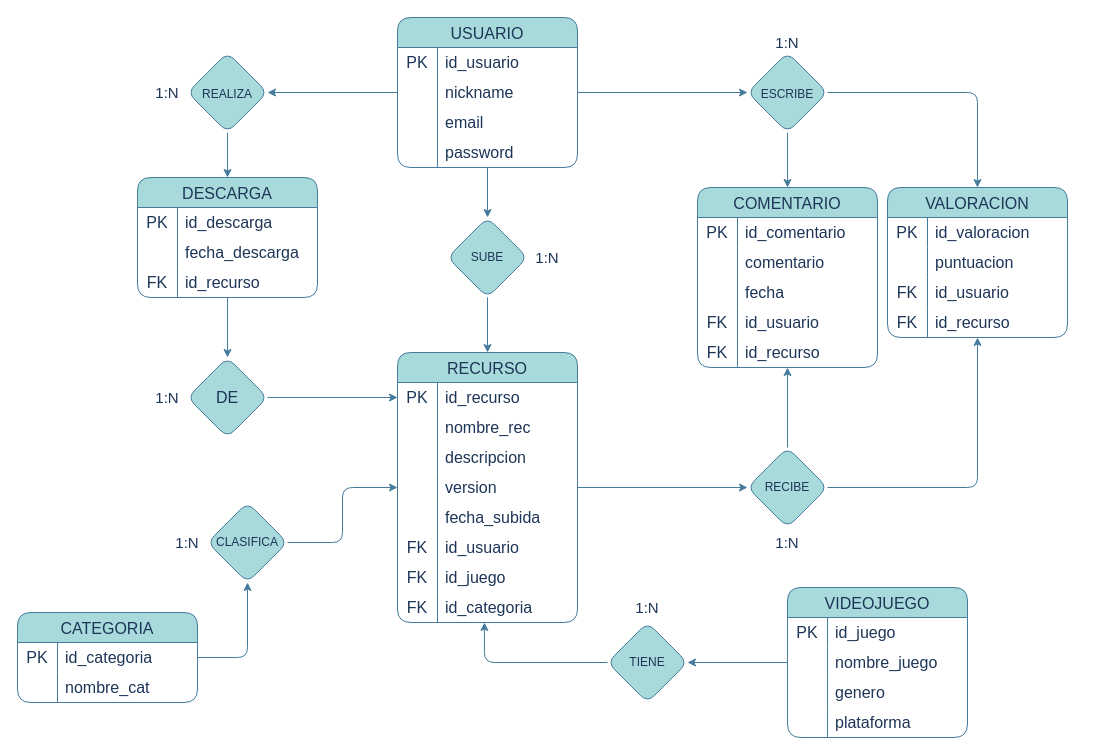
This is sql/BBDD_ModValley_ER.drawio from adrianrgd/Proyecto-Intermodular, a draw.io file, before an edit. Source tidied: cells renumbered, new cells numbered last; positions are measured from the earlier drawing's top-left corner, leaving out a move shared by most shapes. Both pictures are drawn from the tidied source at 100%, with x=0, y=0 at pixel (17, 17).
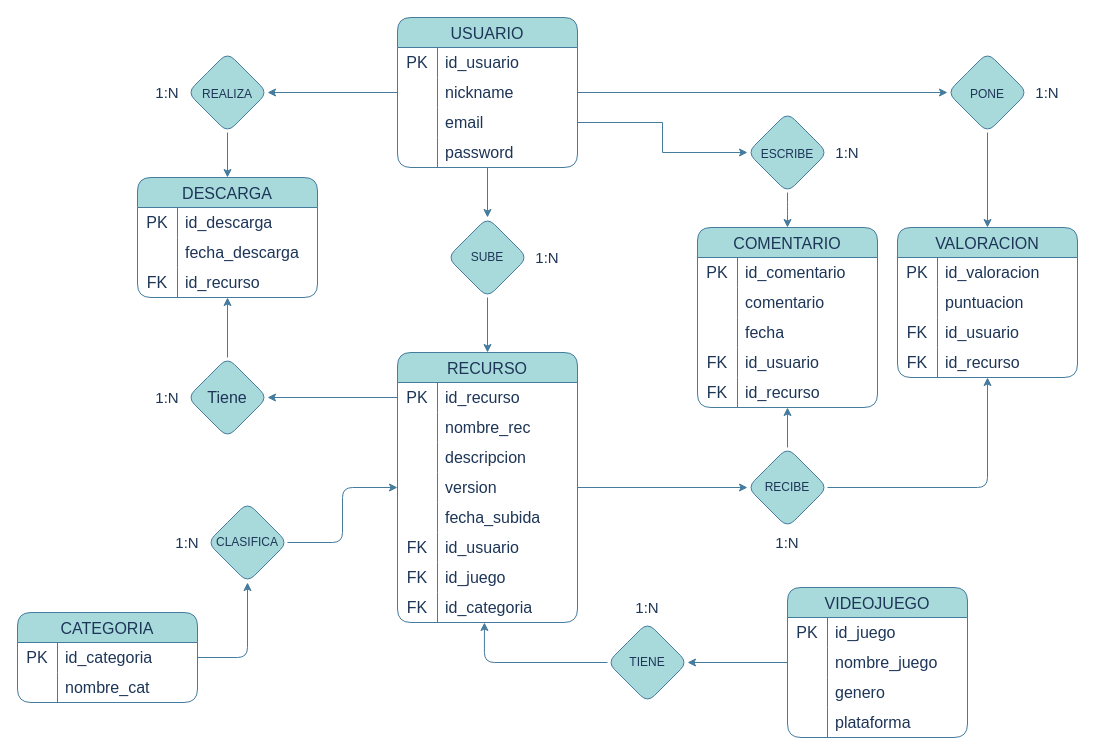
The same page after the edit.

Unchanged cells that the change refers to:
```xml
<mxCell id="11" value="USUARIO" style="shape=table;startSize=30;childLayout=tableLayout;rowLines=0;fontStyle=0;strokeColor=#457B9D;fontSize=16;labelBackgroundColor=none;fillColor=#A8DADC;fontColor=#1D3557;rounded=1;" parent="1" vertex="1">
  <mxGeometry x="380" width="180" height="150" as="geometry" />
</mxCell>
<mxCell id="18" style="shape=tableRow;horizontal=0;startSize=0;swimlaneHead=0;swimlaneBody=0;top=0;left=0;bottom=0;right=0;fillColor=none;points=[[0,0.5],[1,0.5]];portConstraint=eastwest;strokeColor=#457B9D;fontSize=16;labelBackgroundColor=none;fontColor=#1D3557;rounded=1;" parent="11" vertex="1">
  <mxGeometry y="90" width="180" height="30" as="geometry" />
</mxCell>
<mxCell id="48" style="shape=tableRow;horizontal=0;startSize=0;swimlaneHead=0;swimlaneBody=0;top=0;left=0;bottom=0;right=0;fillColor=none;points=[[0,0.5],[1,0.5]];portConstraint=eastwest;strokeColor=#457B9D;fontSize=16;labelBackgroundColor=none;fontColor=#1D3557;rounded=1;" parent="47" vertex="1">
  <mxGeometry y="30" width="180" height="30" as="geometry" />
</mxCell>
<mxCell id="105" value="DESCARGA" style="shape=table;startSize=30;childLayout=tableLayout;rowLines=0;fontStyle=0;strokeColor=#457B9D;fontSize=16;labelBackgroundColor=none;fillColor=#A8DADC;fontColor=#1D3557;rounded=1;" parent="1" vertex="1">
  <mxGeometry x="120" y="160" width="180" height="120" as="geometry" />
</mxCell>
```

The edit, as a diff of the source:
```diff
@@
-    <mxCell id="8" style="edgeStyle=orthogonalEdgeStyle;rounded=1;jettySize=auto;html=1;labelBackgroundColor=none;strokeColor=#457B9D;fontColor=default;" parent="1" edge="1" source="11" target="90">
-      <mxGeometry relative="1" as="geometry" />
-    </mxCell>
@@
+    <mxCell id="129" style="edgeStyle=orthogonalEdgeStyle;rounded=0;jettySize=auto;html=1;labelBackgroundColor=none;strokeColor=#457B9D;fontColor=default;" parent="1" edge="1" source="11" target="133">
+      <mxGeometry relative="1" as="geometry" />
+    </mxCell>
@@
     <mxCell id="72" value="COMENTARIO" style="shape=table;startSize=30;childLayout=tableLayout;rowLines=0;fontStyle=0;strokeColor=#457B9D;fontSize=16;labelBackgroundColor=none;fillColor=#A8DADC;fontColor=#1D3557;rounded=1;" parent="1" vertex="1">
-      <mxGeometry x="680" y="170" width="180" height="180" as="geometry" />
+      <mxGeometry x="680" y="210" width="180" height="180" as="geometry" />
     </mxCell>
@@
-    <mxCell id="89" style="edgeStyle=orthogonalEdgeStyle;rounded=1;jettySize=auto;html=1;labelBackgroundColor=none;strokeColor=#457B9D;fontColor=default;" parent="1" edge="1" source="90" target="91">
-      <mxGeometry relative="1" as="geometry" />
-    </mxCell>
     <mxCell id="90" value="&lt;font style=&quot;font-size: 12px;&quot;&gt;ESCRIBE&lt;/font&gt;" style="rhombus;whiteSpace=wrap;html=1;fontSize=16;startSize=30;fontStyle=0;labelBackgroundColor=none;fillColor=#A8DADC;strokeColor=#457B9D;fontColor=#1D3557;rounded=1;" parent="1" vertex="1">
-      <mxGeometry x="730" y="35" width="80" height="80" as="geometry" />
+      <mxGeometry x="730" y="95" width="80" height="80" as="geometry" />
     </mxCell>
     <mxCell id="91" value="VALORACION" style="shape=table;startSize=30;childLayout=tableLayout;rowLines=0;fontStyle=0;strokeColor=#457B9D;fontSize=16;labelBackgroundColor=none;fillColor=#A8DADC;fontColor=#1D3557;rounded=1;" parent="1" vertex="1">
-      <mxGeometry x="870" y="170" width="180" height="150" as="geometry" />
+      <mxGeometry x="880" y="210" width="180" height="150" as="geometry" />
     </mxCell>
@@
-    <mxCell id="104" style="edgeStyle=orthogonalEdgeStyle;rounded=1;jettySize=auto;html=1;labelBackgroundColor=none;strokeColor=#457B9D;fontColor=default;" parent="1" edge="1" source="105" target="122">
-      <mxGeometry relative="1" as="geometry" />
-    </mxCell>
@@
-    <mxCell id="121" style="edgeStyle=orthogonalEdgeStyle;rounded=1;jettySize=auto;html=1;labelBackgroundColor=none;strokeColor=#457B9D;fontColor=default;" parent="1" edge="1" source="122" target="48">
-      <mxGeometry relative="1" as="geometry" />
-    </mxCell>
+    <mxCell id="130" style="edgeStyle=orthogonalEdgeStyle;rounded=0;jettySize=auto;html=1;labelBackgroundColor=none;strokeColor=#457B9D;fontColor=default;" parent="1" edge="1" source="122" target="105">
+      <mxGeometry relative="1" as="geometry" />
+    </mxCell>
-    <mxCell id="122" value="DE" style="rhombus;whiteSpace=wrap;html=1;fontSize=16;startSize=30;fontStyle=0;labelBackgroundColor=none;fillColor=#A8DADC;strokeColor=#457B9D;fontColor=#1D3557;rounded=1;" parent="1" vertex="1">
+    <mxCell id="122" value="Tiene" style="rhombus;whiteSpace=wrap;html=1;fontSize=16;startSize=30;fontStyle=0;labelBackgroundColor=none;fillColor=#A8DADC;strokeColor=#457B9D;fontColor=#1D3557;rounded=1;" parent="1" vertex="1">
       <mxGeometry x="170" y="340" width="80" height="80" as="geometry" />
     </mxCell>
@@
     <mxCell id="125" value="&lt;font style=&quot;font-size: 15px;&quot;&gt;1:N&lt;/font&gt;" style="text;html=1;whiteSpace=wrap;strokeColor=none;fillColor=none;align=center;verticalAlign=middle;rounded=1;labelBackgroundColor=none;fontColor=#1D3557;" parent="1" vertex="1">
-      <mxGeometry x="740" y="10" width="60" height="30" as="geometry" />
+      <mxGeometry x="800" y="120" width="60" height="30" as="geometry" />
     </mxCell>
@@
+    <mxCell id="131" style="edgeStyle=orthogonalEdgeStyle;rounded=0;jettySize=auto;html=1;labelBackgroundColor=none;strokeColor=#457B9D;fontColor=default;" parent="1" edge="1" source="48" target="122">
+      <mxGeometry relative="1" as="geometry" />
+    </mxCell>
+    <mxCell id="132" style="edgeStyle=orthogonalEdgeStyle;rounded=0;jettySize=auto;html=1;labelBackgroundColor=none;strokeColor=#457B9D;fontColor=default;" parent="1" edge="1" source="133" target="91">
+      <mxGeometry relative="1" as="geometry" />
+    </mxCell>
+    <mxCell id="133" value="&lt;font style=&quot;font-size: 12px;&quot;&gt;PONE&lt;/font&gt;" style="rhombus;whiteSpace=wrap;html=1;fontSize=16;fillColor=#A8DADC;strokeColor=#457B9D;fontColor=#1D3557;startSize=30;fontStyle=0;labelBackgroundColor=none;rounded=1;" parent="1" vertex="1">
+      <mxGeometry x="930" y="35" width="80" height="80" as="geometry" />
+    </mxCell>
+    <mxCell id="134" value="&lt;font style=&quot;font-size: 15px;&quot;&gt;1:N&lt;/font&gt;" style="text;html=1;whiteSpace=wrap;strokeColor=none;fillColor=none;align=center;verticalAlign=middle;rounded=1;labelBackgroundColor=none;fontColor=#1D3557;" parent="1" vertex="1">
+      <mxGeometry x="1000" y="60" width="60" height="30" as="geometry" />
+    </mxCell>
+    <mxCell id="135" style="edgeStyle=orthogonalEdgeStyle;rounded=0;jettySize=auto;html=1;strokeColor=#457B9D;fontColor=default;fillColor=#A8DADC;labelBackgroundColor=none;" parent="1" edge="1" source="18" target="90">
+      <mxGeometry relative="1" as="geometry" />
+    </mxCell>
```
